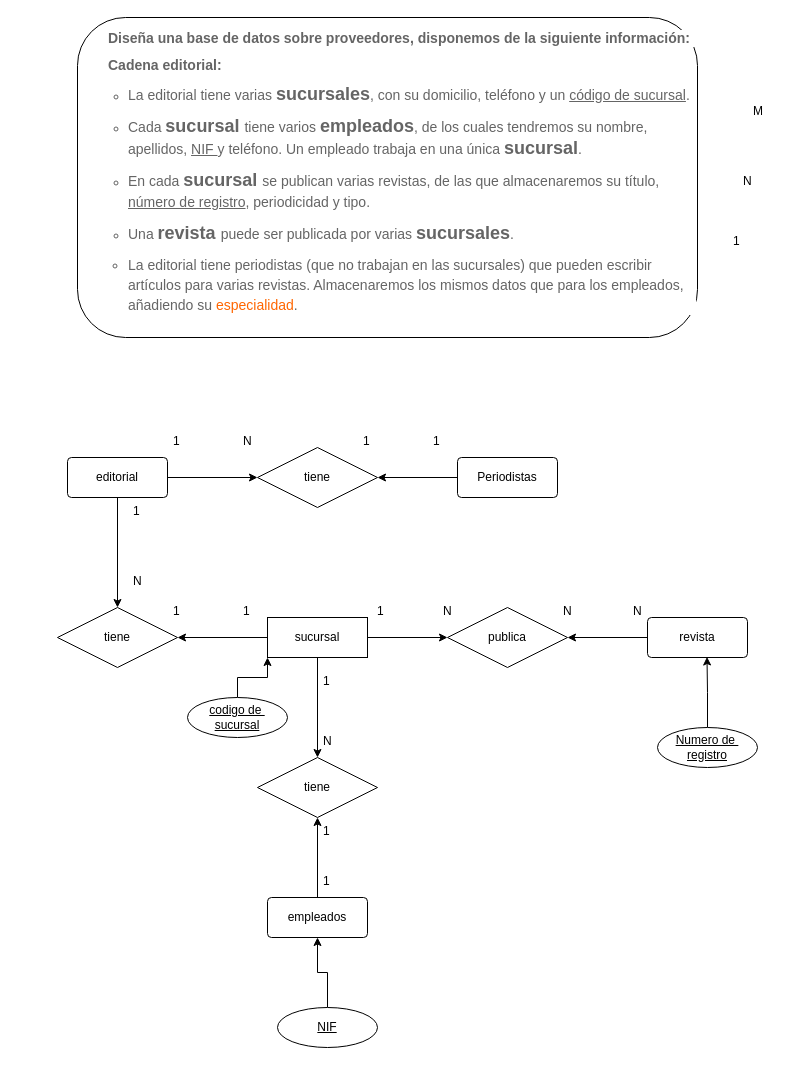
The draw.io diagram Untitled Diagram.drawio in klirh/primerRepositorio, before the edit. Source tidied: cells renumbered, new cells numbered last; positions are measured from the earlier drawing's top-left corner, leaving out a move shared by most shapes. Both pictures are drawn from the tidied source at 100%, with x=0, y=0 at pixel (57, 17).
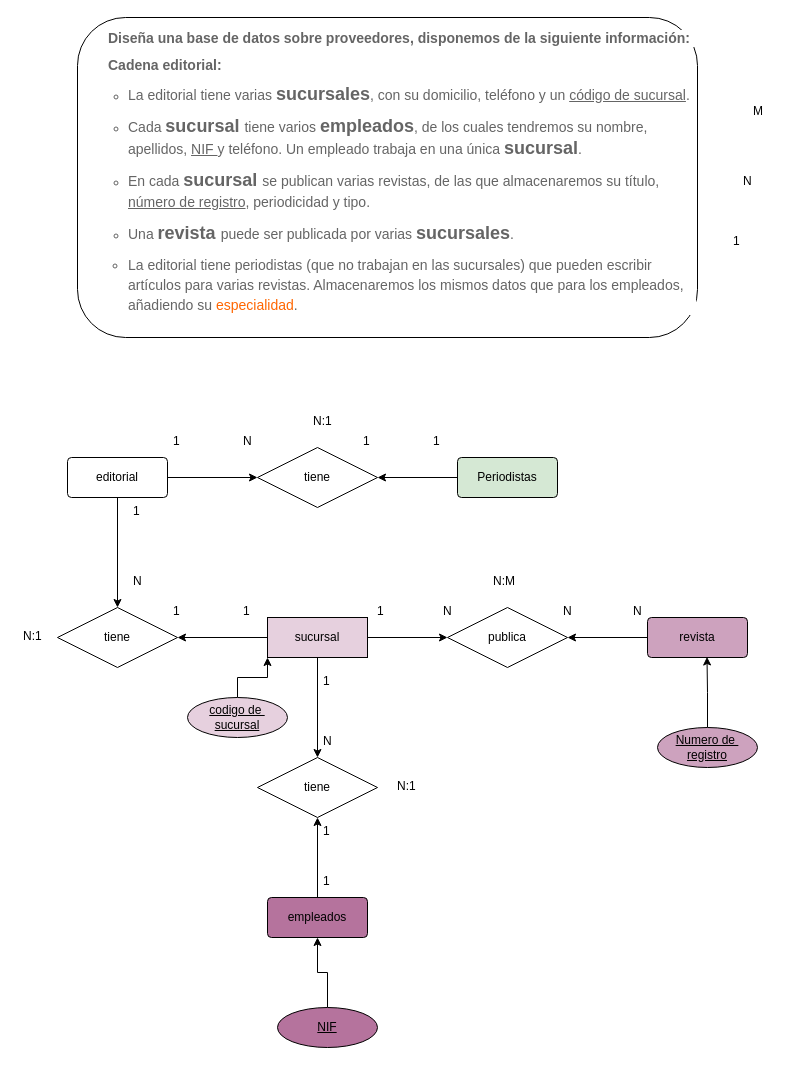
After the change.

Diff of the diagram source:
```diff
@@
-    <mxCell id="6" value="sucursal" style="whiteSpace=wrap;html=1;align=center;" parent="1" vertex="1">
+    <mxCell id="6" value="sucursal" style="whiteSpace=wrap;html=1;align=center;fillColor=#E6D0DE;" parent="1" vertex="1">
       <mxGeometry x="210" y="600" width="100" height="40" as="geometry" />
     </mxCell>
@@
-    <mxCell id="8" value="revista" style="rounded=1;arcSize=10;whiteSpace=wrap;html=1;align=center;" parent="1" vertex="1">
+    <mxCell id="8" value="revista" style="rounded=1;arcSize=10;whiteSpace=wrap;html=1;align=center;fillColor=#CDA2BE;" parent="1" vertex="1">
       <mxGeometry x="590" y="600" width="100" height="40" as="geometry" />
     </mxCell>
@@
-    <mxCell id="10" value="empleados" style="rounded=1;arcSize=10;whiteSpace=wrap;html=1;align=center;" parent="1" vertex="1">
+    <mxCell id="10" value="empleados" style="rounded=1;arcSize=10;whiteSpace=wrap;html=1;align=center;fillColor=#B5739D;" parent="1" vertex="1">
       <mxGeometry x="210" y="880" width="100" height="40" as="geometry" />
     </mxCell>
@@
-    <mxCell id="35" value="Periodistas" style="rounded=1;arcSize=10;whiteSpace=wrap;html=1;align=center;" parent="1" vertex="1">
+    <mxCell id="35" value="Periodistas" style="rounded=1;arcSize=10;whiteSpace=wrap;html=1;align=center;fillColor=#D5E8D4;" parent="1" vertex="1">
       <mxGeometry x="400" y="440" width="100" height="40" as="geometry" />
     </mxCell>
@@
-    <mxCell id="40" value="Numero de&amp;nbsp;&lt;br&gt;registro" style="ellipse;whiteSpace=wrap;html=1;align=center;fontStyle=4;" parent="1" vertex="1">
+    <mxCell id="40" value="Numero de&amp;nbsp;&lt;br&gt;registro" style="ellipse;whiteSpace=wrap;html=1;align=center;fontStyle=4;fillColor=#CDA2BE;" parent="1" vertex="1">
       <mxGeometry x="600" y="710" width="100" height="40" as="geometry" />
     </mxCell>
@@
-    <mxCell id="42" value="codigo de&amp;nbsp;&lt;br&gt;sucursal" style="ellipse;whiteSpace=wrap;html=1;align=center;fontStyle=4;" parent="1" vertex="1">
+    <mxCell id="42" value="codigo de&amp;nbsp;&lt;br&gt;sucursal" style="ellipse;whiteSpace=wrap;html=1;align=center;fontStyle=4;fillColor=#E6D0DE;" parent="1" vertex="1">
       <mxGeometry x="130" y="680" width="100" height="40" as="geometry" />
     </mxCell>
@@
-    <mxCell id="44" value="NIF" style="ellipse;whiteSpace=wrap;html=1;align=center;fontStyle=4;" parent="1" vertex="1">
+    <mxCell id="44" value="NIF" style="ellipse;whiteSpace=wrap;html=1;align=center;fontStyle=4;fillColor=#B5739D;" parent="1" vertex="1">
       <mxGeometry x="220" y="990" width="100" height="40" as="geometry" />
     </mxCell>
+    <mxCell id="45" value="N:1" style="text;strokeColor=none;fillColor=none;spacingLeft=4;spacingRight=4;overflow=hidden;fontSize=12;whiteSpace=wrap;html=1;" parent="1" vertex="1">
+      <mxGeometry x="-40" y="605" width="40" height="30" as="geometry" />
+    </mxCell>
+    <mxCell id="46" value="N:1" style="text;strokeColor=none;fillColor=none;spacingLeft=4;spacingRight=4;overflow=hidden;fontSize=12;whiteSpace=wrap;html=1;" parent="1" vertex="1">
+      <mxGeometry x="250" y="390" width="40" height="30" as="geometry" />
+    </mxCell>
+    <mxCell id="47" value="N:M" style="text;strokeColor=none;fillColor=none;spacingLeft=4;spacingRight=4;overflow=hidden;fontSize=12;whiteSpace=wrap;html=1;" parent="1" vertex="1">
+      <mxGeometry x="430" y="550" width="40" height="30" as="geometry" />
+    </mxCell>
+    <mxCell id="48" value="N:1" style="text;strokeColor=none;fillColor=none;spacingLeft=4;spacingRight=4;overflow=hidden;fontSize=12;whiteSpace=wrap;html=1;" parent="1" vertex="1">
+      <mxGeometry x="334" y="755" width="40" height="30" as="geometry" />
+    </mxCell>
```
